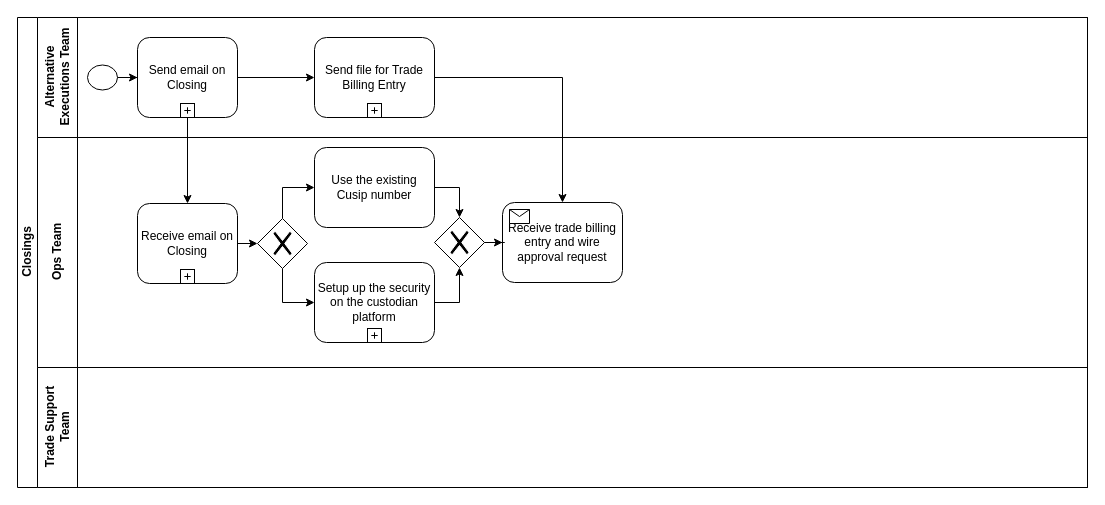
Earlier version of the draw.io diagram Closings.drawio (yvetuy/diagrams). Source tidied: cells renumbered, new cells numbered last; positions are measured from the earlier drawing's top-left corner, leaving out a move shared by most shapes. Both pictures are drawn from the tidied source at 100%, with x=0, y=0 at pixel (17, 17).
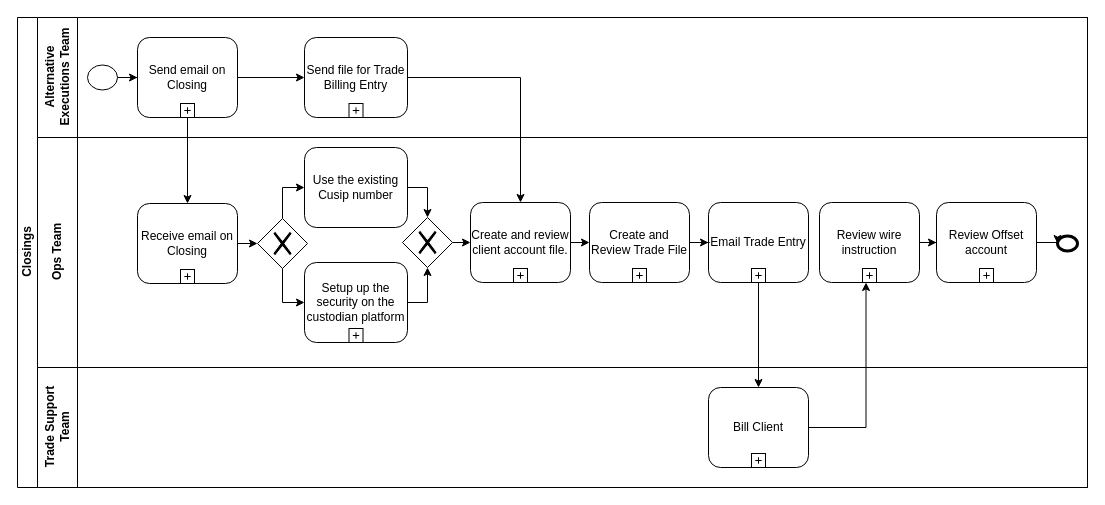
After the change.

Unchanged cells that the change refers to:
```xml
<mxCell id="2" value="Closings" style="swimlane;html=1;horizontal=0;startSize=20;" parent="1" vertex="1">
  <mxGeometry width="1070" height="470" as="geometry" />
</mxCell>
<mxCell id="3" value="Alternative &lt;br&gt;Executions Team" style="swimlane;html=1;startSize=40;horizontal=0;" parent="2" vertex="1">
  <mxGeometry x="20" width="1050" height="120" as="geometry" />
</mxCell>
<mxCell id="11" value="Ops Team" style="swimlane;html=1;startSize=40;horizontal=0;" parent="2" vertex="1">
  <mxGeometry x="20" y="120" width="1050" height="230" as="geometry" />
</mxCell>
<mxCell id="27" value="Trade Support&lt;br&gt;Team" style="swimlane;html=1;startSize=40;horizontal=0;" parent="2" vertex="1">
  <mxGeometry x="20" y="350" width="1050" height="120" as="geometry" />
</mxCell>
```

The edit, as a diff of the source:
```diff
@@
     <mxCell id="9" value="Send file for Trade Billing Entry" style="html=1;whiteSpace=wrap;rounded=1;" parent="3" vertex="1">
-      <mxGeometry x="277" y="20" width="120" height="80" as="geometry" />
+      <mxGeometry x="267" y="20" width="103" height="80" as="geometry" />
     </mxCell>
@@
     <mxCell id="14" value="Use the existing Cusip number" style="shape=ext;rounded=1;html=1;whiteSpace=wrap;" parent="11" vertex="1">
-      <mxGeometry x="277" y="10" width="120" height="80" as="geometry" />
+      <mxGeometry x="267" y="10" width="103" height="80" as="geometry" />
     </mxCell>
+    <mxCell id="30" style="edgeStyle=orthogonalEdgeStyle;rounded=0;jettySize=auto;html=1;exitX=1;exitY=0.5;exitDx=0;exitDy=0;entryX=0;entryY=0.5;entryDx=0;entryDy=0;" parent="11" edge="1" source="36" target="39">
+      <mxGeometry relative="1" as="geometry" />
+    </mxCell>
+    <mxCell id="31" style="edgeStyle=orthogonalEdgeStyle;rounded=0;jettySize=auto;html=1;" parent="11" edge="1" source="32" target="42">
+      <mxGeometry relative="1" as="geometry" />
+    </mxCell>
+    <mxCell id="32" value="Review wire instruction" style="html=1;whiteSpace=wrap;rounded=1;" parent="11" vertex="1">
+      <mxGeometry x="782" y="65" width="100" height="80" as="geometry" />
+    </mxCell>
+    <mxCell id="33" style="html=1;shape=plus;outlineConnect=0;" parent="32" vertex="1">
+      <mxGeometry x="0.5" y="1" width="14" height="14" relative="1" as="geometry">
+        <mxPoint x="-7" y="-14" as="offset" />
+      </mxGeometry>
+    </mxCell>
+    <mxCell id="34" value="Email Trade Entry" style="html=1;whiteSpace=wrap;rounded=1;" parent="11" vertex="1">
+      <mxGeometry x="671" y="65" width="100" height="80" as="geometry" />
+    </mxCell>
+    <mxCell id="35" style="html=1;shape=plus;" parent="34" vertex="1">
+      <mxGeometry x="0.5" y="1" width="14" height="14" relative="1" as="geometry">
+        <mxPoint x="-7" y="-14" as="offset" />
+      </mxGeometry>
+    </mxCell>
+    <mxCell id="36" value="Create and review client account file." style="html=1;whiteSpace=wrap;rounded=1;" parent="11" vertex="1">
+      <mxGeometry x="433" y="65" width="100" height="80" as="geometry" />
+    </mxCell>
+    <mxCell id="37" style="html=1;shape=plus;" parent="36" vertex="1">
+      <mxGeometry x="0.5" y="1" width="14" height="14" relative="1" as="geometry">
+        <mxPoint x="-7" y="-14" as="offset" />
+      </mxGeometry>
+    </mxCell>
@@
-    <mxCell id="21" value="Receive trade billing entry and wire approval request" style="html=1;whiteSpace=wrap;rounded=1;" parent="11" vertex="1">
-      <mxGeometry x="465" y="65" width="120" height="80" as="geometry" />
-    </mxCell>
-    <mxCell id="22" style="html=1;shape=message;" parent="21" vertex="1">
-      <mxGeometry width="20" height="14" relative="1" as="geometry">
-        <mxPoint x="7" y="7" as="offset" />
-      </mxGeometry>
-    </mxCell>
+    <mxCell id="38" style="edgeStyle=orthogonalEdgeStyle;rounded=0;jettySize=auto;html=1;" parent="11" edge="1" source="39" target="34">
+      <mxGeometry relative="1" as="geometry" />
+    </mxCell>
+    <mxCell id="39" value="Create and Review Trade File" style="html=1;whiteSpace=wrap;rounded=1;" parent="11" vertex="1">
+      <mxGeometry x="552" y="65" width="100" height="80" as="geometry" />
+    </mxCell>
+    <mxCell id="40" style="html=1;shape=plus;" parent="39" vertex="1">
+      <mxGeometry x="0.5" y="1" width="14" height="14" relative="1" as="geometry">
+        <mxPoint x="-7" y="-14" as="offset" />
+      </mxGeometry>
+    </mxCell>
+    <mxCell id="41" style="edgeStyle=orthogonalEdgeStyle;rounded=0;jettySize=auto;html=1;exitX=1;exitY=0.5;exitDx=0;exitDy=0;entryX=0;entryY=0.5;entryDx=0;entryDy=0;" parent="11" edge="1" source="42" target="44">
+      <mxGeometry relative="1" as="geometry" />
+    </mxCell>
+    <mxCell id="42" value="Review Offset account" style="html=1;whiteSpace=wrap;rounded=1;" parent="11" vertex="1">
+      <mxGeometry x="899" y="65" width="100" height="80" as="geometry" />
+    </mxCell>
+    <mxCell id="43" style="html=1;shape=plus;" parent="42" vertex="1">
+      <mxGeometry x="0.5" y="1" width="14" height="14" relative="1" as="geometry">
+        <mxPoint x="-7" y="-14" as="offset" />
+      </mxGeometry>
+    </mxCell>
+    <mxCell id="44" style="shape=mxgraph.bpmn.shape;html=1;verticalLabelPosition=bottom;labelBackgroundColor=#ffffff;verticalAlign=top;align=center;perimeter=ellipsePerimeter;outlineConnect=0;outline=end;symbol=general;" parent="11" vertex="1">
+      <mxGeometry x="1020" y="98.5" width="20" height="15" as="geometry" />
+    </mxCell>
     <mxCell id="23" value="Setup up the security on the custodian platform" style="html=1;whiteSpace=wrap;rounded=1;" parent="11" vertex="1">
-      <mxGeometry x="277" y="125" width="120" height="80" as="geometry" />
+      <mxGeometry x="267" y="125" width="103" height="80" as="geometry" />
     </mxCell>
@@
-    <mxCell id="25" style="edgeStyle=orthogonalEdgeStyle;rounded=0;jettySize=auto;html=1;exitX=1;exitY=0.5;exitDx=0;exitDy=0;" parent="11" edge="1" source="26" target="21">
-      <mxGeometry relative="1" as="geometry" />
-    </mxCell>
+    <mxCell id="45" style="edgeStyle=orthogonalEdgeStyle;rounded=0;jettySize=auto;html=1;exitX=1;exitY=0.5;exitDx=0;exitDy=0;entryX=0;entryY=0.5;entryDx=0;entryDy=0;" parent="11" edge="1" source="26" target="36">
+      <mxGeometry relative="1" as="geometry" />
+    </mxCell>
     <mxCell id="26" style="shape=mxgraph.bpmn.shape;html=1;verticalLabelPosition=bottom;labelBackgroundColor=#ffffff;verticalAlign=top;align=center;perimeter=rhombusPerimeter;background=gateway;outlineConnect=0;outline=none;symbol=exclusiveGw;" parent="11" vertex="1">
-      <mxGeometry x="397" y="80" width="50" height="50" as="geometry" />
+      <mxGeometry x="365" y="80" width="50" height="50" as="geometry" />
     </mxCell>
@@
+    <mxCell id="46" value="Bill Client" style="html=1;whiteSpace=wrap;rounded=1;" parent="27" vertex="1">
+      <mxGeometry x="671" y="20" width="100" height="80" as="geometry" />
+    </mxCell>
+    <mxCell id="47" style="html=1;shape=plus;" parent="46" vertex="1">
+      <mxGeometry x="0.5" y="1" width="14" height="14" relative="1" as="geometry">
+        <mxPoint x="-7" y="-14" as="offset" />
+      </mxGeometry>
+    </mxCell>
@@
-    <mxCell id="29" style="edgeStyle=orthogonalEdgeStyle;rounded=0;jettySize=auto;html=1;exitX=1;exitY=0.5;exitDx=0;exitDy=0;entryX=0.5;entryY=0;entryDx=0;entryDy=0;" parent="2" edge="1" source="9" target="21">
-      <mxGeometry relative="1" as="geometry" />
-    </mxCell>
+    <mxCell id="48" style="edgeStyle=orthogonalEdgeStyle;rounded=0;jettySize=auto;html=1;exitX=1;exitY=0.5;exitDx=0;exitDy=0;entryX=0.5;entryY=0;entryDx=0;entryDy=0;" parent="2" edge="1" source="9" target="36">
+      <mxGeometry relative="1" as="geometry" />
+    </mxCell>
+    <mxCell id="49" style="edgeStyle=orthogonalEdgeStyle;rounded=0;jettySize=auto;html=1;" parent="2" edge="1" source="34" target="46">
+      <mxGeometry relative="1" as="geometry" />
+    </mxCell>
+    <mxCell id="50" style="edgeStyle=orthogonalEdgeStyle;rounded=0;jettySize=auto;html=1;exitX=1;exitY=0.5;exitDx=0;exitDy=0;entryX=0.25;entryY=1;entryDx=0;entryDy=0;" parent="2" edge="1" source="46" target="33">
+      <mxGeometry relative="1" as="geometry" />
+    </mxCell>
```
